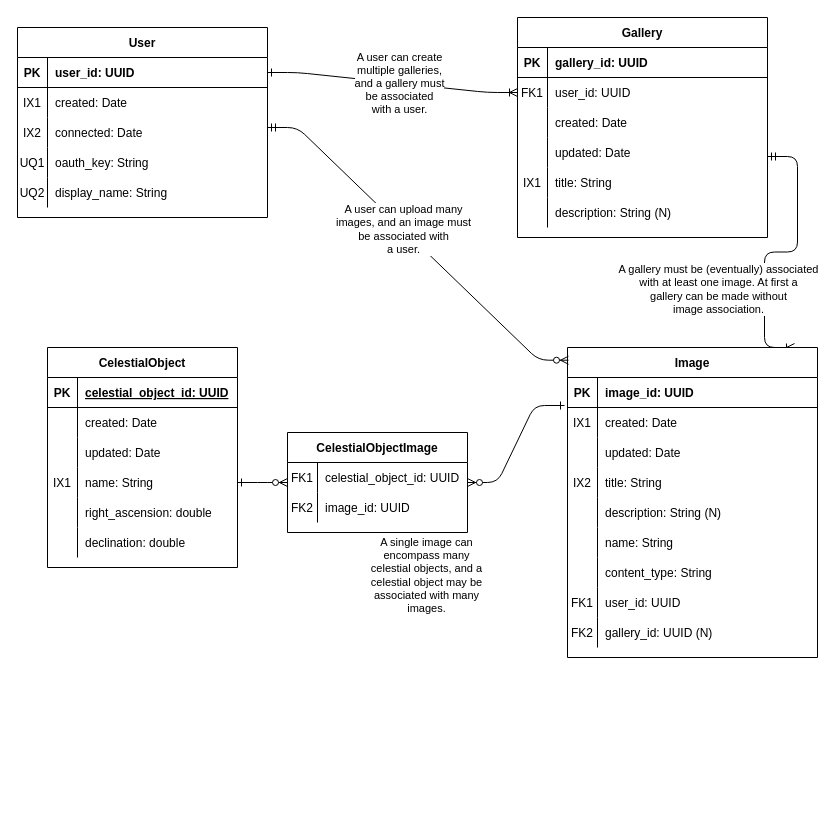
Before: docs/work/erd.drawio in north-star-sharing/north-star-sharing.github.io, a draw.io diagram. Source tidied: cells renumbered, new cells numbered last; positions are measured from the earlier drawing's top-left corner, leaving out a move shared by most shapes. Both pictures are drawn from the tidied source at 100%, with x=0, y=0 at pixel (17, 17).
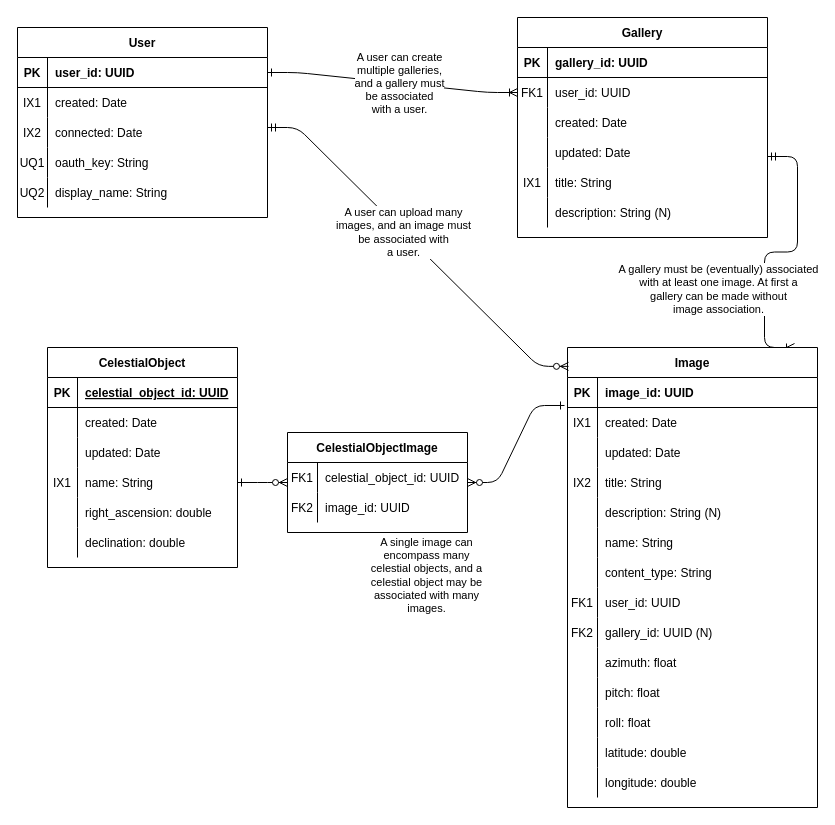
The same diagram, later.

Diff of the diagram source:
```diff
@@
     <mxCell id="25" value="Image" style="shape=table;startSize=30;childLayout=tableLayout;rowLines=0;fontStyle=1;align=center;" parent="1" vertex="1">
-      <mxGeometry x="550" y="330" width="250" height="310" as="geometry" />
+      <mxGeometry x="550" y="330" width="250" height="460" as="geometry" />
     </mxCell>
@@
+    <mxCell id="100" style="shape=partialRectangle;fillColor=none;top=0;left=0;right=0;bottom=0;" parent="25" vertex="1">
+      <mxGeometry y="300" width="250" height="30" as="geometry" />
+    </mxCell>
+    <mxCell id="101" style="shape=partialRectangle;overflow=hidden;fillColor=none;top=0;left=0;bottom=0;right=0;" parent="100" vertex="1">
+      <mxGeometry width="30" height="30" as="geometry" />
+    </mxCell>
+    <mxCell id="102" value="azimuth: float" style="shape=partialRectangle;overflow=hidden;fillColor=none;top=0;left=0;bottom=0;right=0;align=left;spacingLeft=6;" parent="100" vertex="1">
+      <mxGeometry x="30" width="220" height="30" as="geometry" />
+    </mxCell>
+    <mxCell id="103" style="shape=partialRectangle;fillColor=none;top=0;left=0;right=0;bottom=0;" parent="25" vertex="1">
+      <mxGeometry y="330" width="250" height="30" as="geometry" />
+    </mxCell>
+    <mxCell id="104" style="shape=partialRectangle;overflow=hidden;fillColor=none;top=0;left=0;bottom=0;right=0;" parent="103" vertex="1">
+      <mxGeometry width="30" height="30" as="geometry" />
+    </mxCell>
+    <mxCell id="105" value="pitch: float" style="shape=partialRectangle;overflow=hidden;fillColor=none;top=0;left=0;bottom=0;right=0;align=left;spacingLeft=6;" parent="103" vertex="1">
+      <mxGeometry x="30" width="220" height="30" as="geometry" />
+    </mxCell>
+    <mxCell id="106" style="shape=partialRectangle;fillColor=none;top=0;left=0;right=0;bottom=0;" parent="25" vertex="1">
+      <mxGeometry y="360" width="250" height="30" as="geometry" />
+    </mxCell>
+    <mxCell id="107" style="shape=partialRectangle;overflow=hidden;fillColor=none;top=0;left=0;bottom=0;right=0;" parent="106" vertex="1">
+      <mxGeometry width="30" height="30" as="geometry" />
+    </mxCell>
+    <mxCell id="108" value="roll: float" style="shape=partialRectangle;overflow=hidden;fillColor=none;top=0;left=0;bottom=0;right=0;align=left;spacingLeft=6;" parent="106" vertex="1">
+      <mxGeometry x="30" width="220" height="30" as="geometry" />
+    </mxCell>
+    <mxCell id="109" style="shape=partialRectangle;fillColor=none;top=0;left=0;right=0;bottom=0;" parent="25" vertex="1">
+      <mxGeometry y="390" width="250" height="30" as="geometry" />
+    </mxCell>
+    <mxCell id="110" style="shape=partialRectangle;overflow=hidden;fillColor=none;top=0;left=0;bottom=0;right=0;" parent="109" vertex="1">
+      <mxGeometry width="30" height="30" as="geometry" />
+    </mxCell>
+    <mxCell id="111" value="latitude: double" style="shape=partialRectangle;overflow=hidden;fillColor=none;top=0;left=0;bottom=0;right=0;align=left;spacingLeft=6;" parent="109" vertex="1">
+      <mxGeometry x="30" width="220" height="30" as="geometry" />
+    </mxCell>
+    <mxCell id="112" style="shape=partialRectangle;fillColor=none;top=0;left=0;right=0;bottom=0;" parent="25" vertex="1">
+      <mxGeometry y="420" width="250" height="30" as="geometry" />
+    </mxCell>
+    <mxCell id="113" style="shape=partialRectangle;overflow=hidden;fillColor=none;top=0;left=0;bottom=0;right=0;" parent="112" vertex="1">
+      <mxGeometry width="30" height="30" as="geometry" />
+    </mxCell>
+    <mxCell id="114" value="longitude: double" style="shape=partialRectangle;overflow=hidden;fillColor=none;top=0;left=0;bottom=0;right=0;align=left;spacingLeft=6;" parent="112" vertex="1">
+      <mxGeometry x="30" width="220" height="30" as="geometry" />
+    </mxCell>
```
